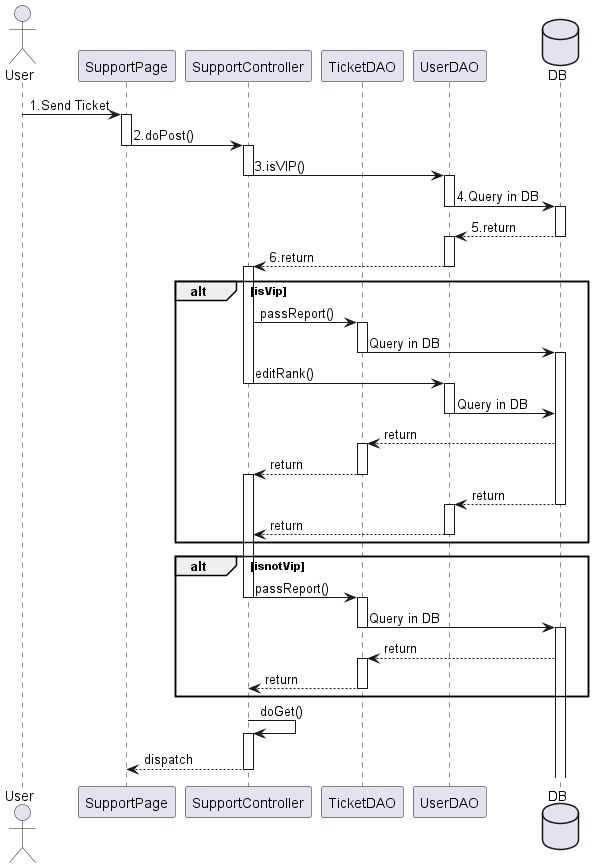
The PlantUML diagram SQ/out/48/sp2.png in baspdd/desktop-tutorial, before a commit. The source it was exported from:
```plantuml
@startuml

actor       User
participant SupportPage
participant SupportController
participant TicketDAO
participant UserDAO
database DB

User -> SupportPage  ++: 1.Send Ticket
SupportPage -> SupportController  --++: 2.doPost()
SupportController -> UserDAO --++: 3.isVIP()
UserDAO -> DB --++ : 4.Query in DB
DB --> UserDAO --++: 5.return
UserDAO --> SupportController --++: 6.return

alt isVip
    SupportController -> TicketDAO ++: passReport()
    TicketDAO -> DB --++ : Query in DB
    SupportController -> UserDAO --++: editRank()
    UserDAO -> DB -- : Query in DB
    DB --> TicketDAO ++: return
    TicketDAO --> SupportController --++: return
    DB --> UserDAO --++: return
    UserDAO --> SupportController --: return
end
alt isnotVip
    SupportController -> TicketDAO --++: passReport()
    TicketDAO -> DB --++ : Query in DB
    DB --> TicketDAO ++: return
    TicketDAO --> SupportController --: return
end

SupportController -> SupportController ++: doGet()
SupportController --> SupportPage -- :dispatch

@enduml
```
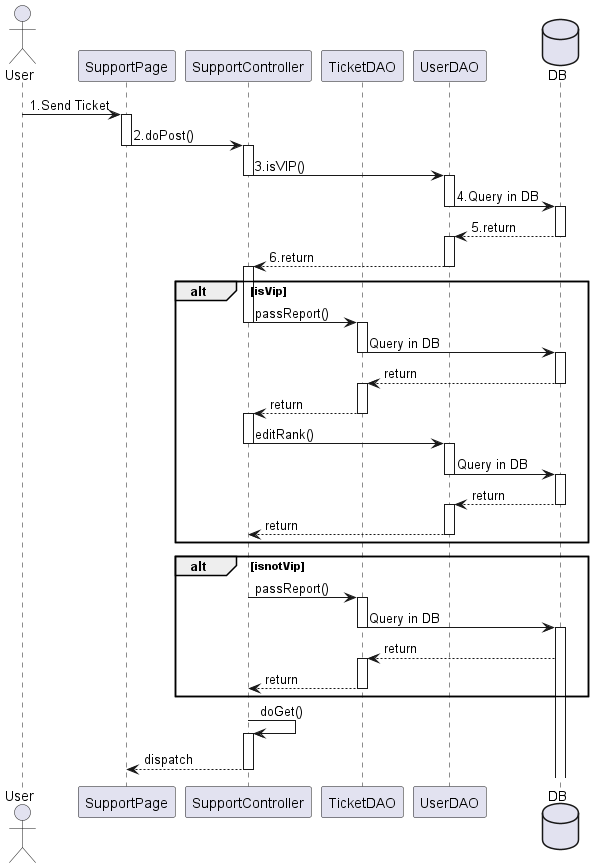
The same diagram one commit later.

What changed in the source:
```diff
@@ -15,12 +15,12 @@
 UserDAO --> SupportController --++: 6.return
 
 alt isVip
-    SupportController -> TicketDAO ++: passReport()
+    SupportController -> TicketDAO --++: passReport()
     TicketDAO -> DB --++ : Query in DB
+    DB --> TicketDAO --++: return
+    TicketDAO --> SupportController --++: return
     SupportController -> UserDAO --++: editRank()
-    UserDAO -> DB -- : Query in DB
-    DB --> TicketDAO ++: return
-    TicketDAO --> SupportController --++: return
+    UserDAO -> DB --++: Query in DB
     DB --> UserDAO --++: return
     UserDAO --> SupportController --: return
 end
```
